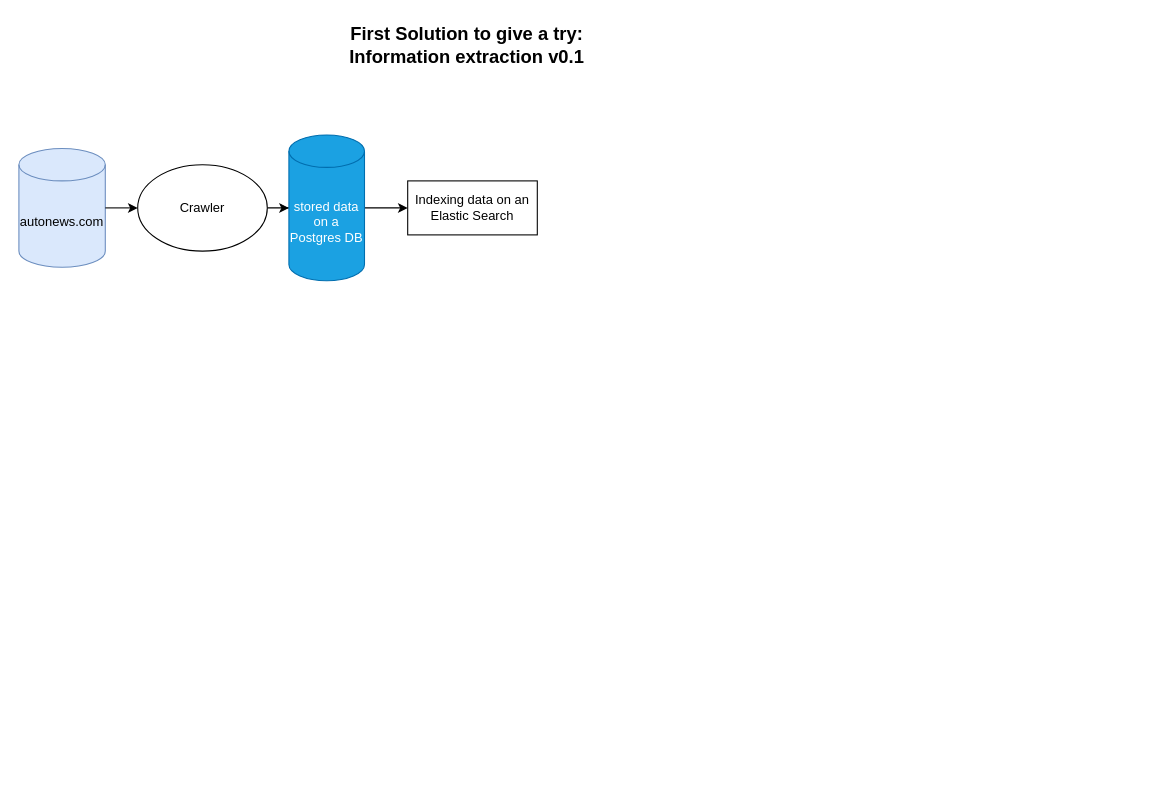
Above: model/Untitled Diagram.drawio in AmirMoghadamFalahi/sample_task (draw.io), before the change. Source tidied: cells renumbered, new cells numbered last; positions are measured from the earlier drawing's top-left corner, leaving out a move shared by most shapes. Both pictures are drawn from the tidied source at 108%, with x=0, y=0 at pixel (18, 18).
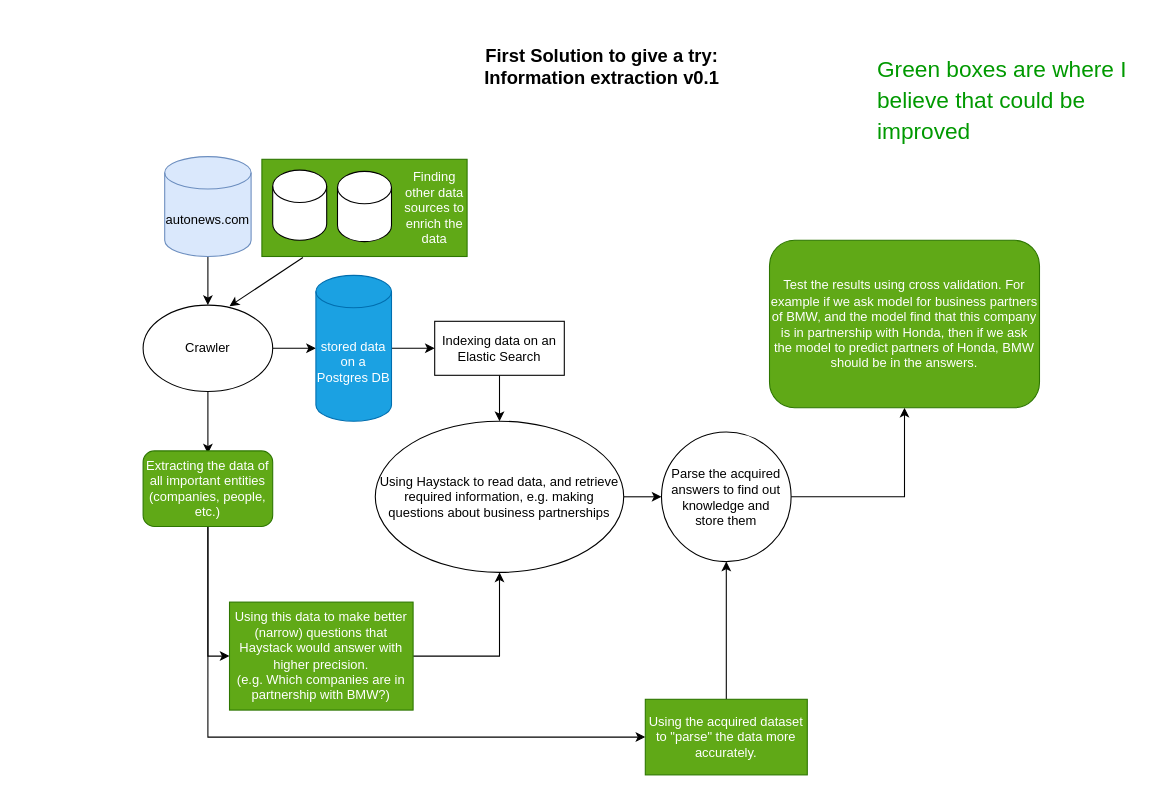
Above is the later version.

Commit message:
Adding some points to improve the results

The edit, as a diff of the source:
```diff
@@
+    <mxCell id="5" style="edgeStyle=orthogonalEdgeStyle;rounded=0;jettySize=auto;html=1;exitX=0.5;exitY=1;exitDx=0;exitDy=0;exitPerimeter=0;entryX=0.5;entryY=0;entryDx=0;entryDy=0;" parent="1" edge="1" source="2" target="4">
+      <mxGeometry relative="1" as="geometry" />
+    </mxCell>
     <mxCell id="2" value="autonews.com" style="shape=cylinder3;whiteSpace=wrap;html=1;boundedLbl=1;backgroundOutline=1;size=15;fillColor=#dae8fc;strokeColor=#6c8ebf;" parent="1" vertex="1">
-      <mxGeometry y="120" width="80" height="110" as="geometry" />
+      <mxGeometry x="135" y="127.5" width="80" height="92.5" as="geometry" />
     </mxCell>
@@
+    <mxCell id="10" style="edgeStyle=orthogonalEdgeStyle;rounded=0;jettySize=auto;html=1;exitX=0.5;exitY=1;exitDx=0;exitDy=0;entryX=0.5;entryY=0;entryDx=0;entryDy=0;fontColor=#FFFFFF;" parent="1" edge="1" source="4">
+      <mxGeometry relative="1" as="geometry">
+        <mxPoint x="175" y="402.5" as="targetPoint" />
+      </mxGeometry>
+    </mxCell>
     <mxCell id="4" value="Crawler" style="ellipse;whiteSpace=wrap;html=1;" parent="1" vertex="1">
-      <mxGeometry x="110" y="135" width="120" height="80" as="geometry" />
+      <mxGeometry x="115" y="265" width="120" height="80" as="geometry" />
     </mxCell>
-    <mxCell id="5" style="endArrow=classic;html=1;exitX=1;exitY=0.5;exitDx=0;exitDy=0;exitPerimeter=0;entryX=0;entryY=0.5;entryDx=0;entryDy=0;" parent="1" edge="1" source="2" target="4">
-      <mxGeometry relative="1" as="geometry" />
-    </mxCell>
@@
     <mxCell id="7" value="stored data on a Postgres DB" style="shape=cylinder3;whiteSpace=wrap;html=1;boundedLbl=1;backgroundOutline=1;size=15;fillColor=#1ba1e2;strokeColor=#006EAF;fontColor=#ffffff;" parent="1" vertex="1">
-      <mxGeometry x="250" y="107.5" width="70" height="135" as="geometry" />
+      <mxGeometry x="275" y="237.5" width="70" height="135" as="geometry" />
     </mxCell>
     <mxCell id="8" value="&lt;b&gt;&lt;font style=&quot;font-size: 17px&quot;&gt;First Solution to give a try:&lt;br&gt;Information extraction v0.1&lt;br&gt;&lt;/font&gt;&lt;/b&gt;" style="text;html=1;strokeColor=none;fillColor=none;align=center;verticalAlign=middle;whiteSpace=wrap;rounded=0;" parent="1" vertex="1">
-      <mxGeometry x="230" width="370" height="50" as="geometry" />
+      <mxGeometry x="355" y="20" width="370" height="50" as="geometry" />
     </mxCell>
+    <mxCell id="11" style="edgeStyle=orthogonalEdgeStyle;rounded=0;jettySize=auto;html=1;exitX=0.5;exitY=1;exitDx=0;exitDy=0;entryX=0.5;entryY=0;entryDx=0;entryDy=0;" parent="1" edge="1" source="9" target="13">
+      <mxGeometry relative="1" as="geometry" />
+    </mxCell>
     <mxCell id="9" value="Indexing data on an Elastic Search" style="rounded=0;whiteSpace=wrap;html=1;" parent="1" vertex="1">
-      <mxGeometry x="360" y="150" width="120" height="50" as="geometry" />
+      <mxGeometry x="385" y="280" width="120" height="50" as="geometry" />
     </mxCell>
+    <mxCell id="12" style="edgeStyle=orthogonalEdgeStyle;rounded=0;jettySize=auto;html=1;exitX=1;exitY=0.5;exitDx=0;exitDy=0;entryX=0;entryY=0.5;entryDx=0;entryDy=0;" parent="1" edge="1" source="13" target="15">
+      <mxGeometry relative="1" as="geometry" />
+    </mxCell>
+    <mxCell id="13" value="Using Haystack to read data, and retrieve required information, e.g. making questions about business partnerships" style="ellipse;whiteSpace=wrap;html=1;" parent="1" vertex="1">
+      <mxGeometry x="330" y="372.5" width="230" height="140" as="geometry" />
+    </mxCell>
+    <mxCell id="14" style="edgeStyle=orthogonalEdgeStyle;rounded=0;jettySize=auto;html=1;entryX=0.5;entryY=1;entryDx=0;entryDy=0;fontColor=#FFFFFF;exitX=1;exitY=0.5;exitDx=0;exitDy=0;" parent="1" edge="1" source="15" target="28">
+      <mxGeometry relative="1" as="geometry" />
+    </mxCell>
+    <mxCell id="15" value="Parse the acquired answers to find out knowledge and store&amp;nbsp;them" style="ellipse;whiteSpace=wrap;html=1;" parent="1" vertex="1">
+      <mxGeometry x="595" y="382.5" width="120" height="120" as="geometry" />
+    </mxCell>
+    <mxCell id="16" style="endArrow=classic;html=1;exitX=0.2;exitY=1.011;exitDx=0;exitDy=0;exitPerimeter=0;entryX=0.667;entryY=0.013;entryDx=0;entryDy=0;entryPerimeter=0;" parent="1" edge="1" source="17" target="4">
+      <mxGeometry relative="1" as="geometry" />
+    </mxCell>
+    <mxCell id="17" style="rounded=0;whiteSpace=wrap;html=1;fillColor=#60a917;strokeColor=#2D7600;fontColor=#ffffff;" parent="1" vertex="1">
+      <mxGeometry x="225" y="130" width="190" height="90" as="geometry" />
+    </mxCell>
+    <mxCell id="18" style="shape=cylinder3;whiteSpace=wrap;html=1;boundedLbl=1;backgroundOutline=1;size=15;" parent="1" vertex="1">
+      <mxGeometry x="235" y="140" width="50" height="65" as="geometry" />
+    </mxCell>
+    <mxCell id="19" style="shape=cylinder3;whiteSpace=wrap;html=1;boundedLbl=1;backgroundOutline=1;size=15;" parent="1" vertex="1">
+      <mxGeometry x="295" y="141.2" width="50" height="65" as="geometry" />
+    </mxCell>
+    <mxCell id="20" value="Finding other data sources to enrich the data" style="text;html=1;align=center;verticalAlign=middle;whiteSpace=wrap;rounded=0;fontColor=#FFFFFF;" parent="1" vertex="1">
+      <mxGeometry x="355" y="135" width="60" height="80" as="geometry" />
+    </mxCell>
+    <mxCell id="21" style="edgeStyle=orthogonalEdgeStyle;rounded=0;jettySize=auto;html=1;exitX=0.5;exitY=1;exitDx=0;exitDy=0;entryX=0;entryY=0.5;entryDx=0;entryDy=0;fontColor=#FFFFFF;" parent="1" edge="1" source="23" target="25">
+      <mxGeometry relative="1" as="geometry" />
+    </mxCell>
+    <mxCell id="22" style="edgeStyle=orthogonalEdgeStyle;rounded=0;jettySize=auto;html=1;entryX=0;entryY=0.5;entryDx=0;entryDy=0;fontColor=#FFFFFF;" parent="1" edge="1" source="23" target="27">
+      <mxGeometry relative="1" as="geometry">
+        <Array as="points">
+          <mxPoint x="175" y="665" />
+        </Array>
+      </mxGeometry>
+    </mxCell>
+    <mxCell id="23" value="Extracting the data of all important entities (companies, people, etc.)" style="rounded=1;whiteSpace=wrap;html=1;fontColor=#ffffff;fillColor=#60a917;strokeColor=#2D7600;" parent="1" vertex="1">
+      <mxGeometry x="115" y="400" width="120" height="70" as="geometry" />
+    </mxCell>
+    <mxCell id="24" style="edgeStyle=orthogonalEdgeStyle;rounded=0;jettySize=auto;html=1;fontColor=#FFFFFF;entryX=0.5;entryY=1;entryDx=0;entryDy=0;exitX=1;exitY=0.5;exitDx=0;exitDy=0;" parent="1" edge="1" source="25" target="13">
+      <mxGeometry relative="1" as="geometry" />
+    </mxCell>
+    <mxCell id="25" value="&lt;span&gt;Using this data to make better (narrow) questions that Haystack would answer with higher precision.&lt;br&gt;(e.g. Which companies are in partnership with BMW?)&lt;br&gt;&lt;/span&gt;" style="rounded=0;whiteSpace=wrap;html=1;fontColor=#ffffff;fillColor=#60a917;strokeColor=#2D7600;" parent="1" vertex="1">
+      <mxGeometry x="195" y="540" width="170" height="100" as="geometry" />
+    </mxCell>
+    <mxCell id="26" style="edgeStyle=orthogonalEdgeStyle;rounded=0;jettySize=auto;html=1;entryX=0.5;entryY=1;entryDx=0;entryDy=0;fontColor=#FFFFFF;" parent="1" edge="1" source="27" target="15">
+      <mxGeometry relative="1" as="geometry" />
+    </mxCell>
+    <mxCell id="27" value="Using the acquired dataset to &quot;parse&quot; the data more accurately." style="rounded=0;whiteSpace=wrap;html=1;fontColor=#ffffff;fillColor=#60a917;strokeColor=#2D7600;" parent="1" vertex="1">
+      <mxGeometry x="580" y="630" width="150" height="70" as="geometry" />
+    </mxCell>
+    <mxCell id="28" value="Test the results using cross validation. For example if we ask model for business partners of BMW, and the model find that this company is in partnership with Honda, then if we ask the model to predict partners of Honda, BMW should be in the answers." style="rounded=1;whiteSpace=wrap;html=1;fontColor=#ffffff;fillColor=#60a917;strokeColor=#2D7600;" parent="1" vertex="1">
+      <mxGeometry x="695" y="205" width="250" height="155" as="geometry" />
+    </mxCell>
+    <mxCell id="29" value="&lt;h1&gt;&lt;font color=&quot;#009900&quot; style=&quot;font-size: 21px ; font-weight: normal&quot;&gt;Green boxes are where I believe that could be improved&lt;/font&gt;&lt;/h1&gt;" style="text;html=1;strokeColor=none;fillColor=none;spacing=5;spacingTop=-20;whiteSpace=wrap;overflow=hidden;rounded=0;fontColor=#FFFFFF;" parent="1" vertex="1">
+      <mxGeometry x="790" y="26.2" width="255" height="108.8" as="geometry" />
+    </mxCell>
```
